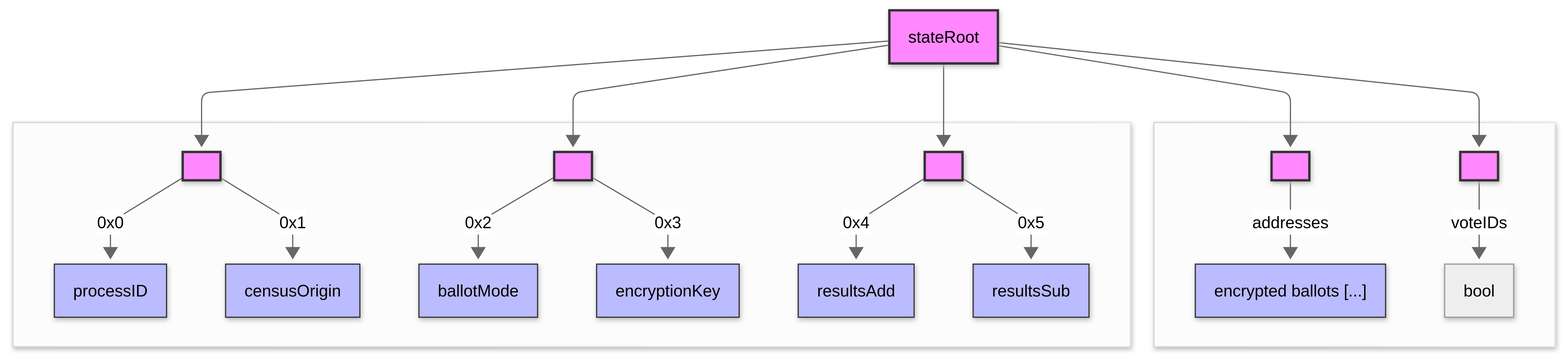
vocdoni/davinci-paper keeps this Mermaid diagram as v2/figures/mt-state-mermaid.png. Above is the earlier version. Its source is kept beside it as v2/figures/mt-state-mermaid.mmd.
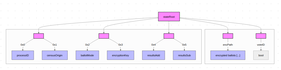
After the change.

The edit, as a diff of the source:
```diff
@@ -27,8 +27,8 @@
     SIA -- 0x3 --> P3
     SIB -- 0x4 --> P4
     SIB -- 0x5 --> P5
-    NInt -- addresses --> EB
-    n1 -- voteIDs --> V
+    NInt -- encPath --> EB
+    n1 -- voteID --> V
     n2[" "]
     n1@{ shape: rect}
     n2@{ shape: text}
```
